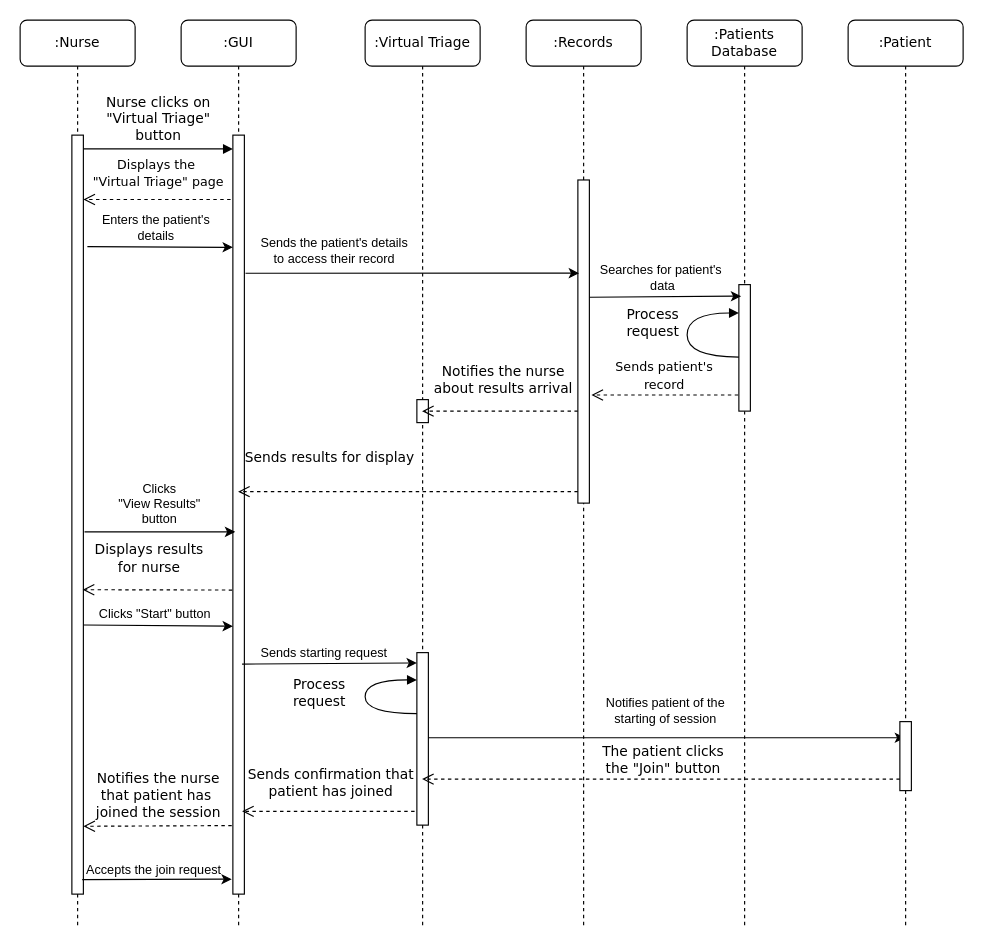
SENG-350-2024-fall/Team-6 keeps this draw.io diagram as Project Milestone 2/Sequence_4.drawio. Above is the earlier version. Source tidied: cells renumbered, new cells numbered last; positions are measured from the earlier drawing's top-left corner, leaving out a move shared by most shapes. Both pictures are drawn from the tidied source at 115%, with x=0, y=0 at pixel (20, 20).
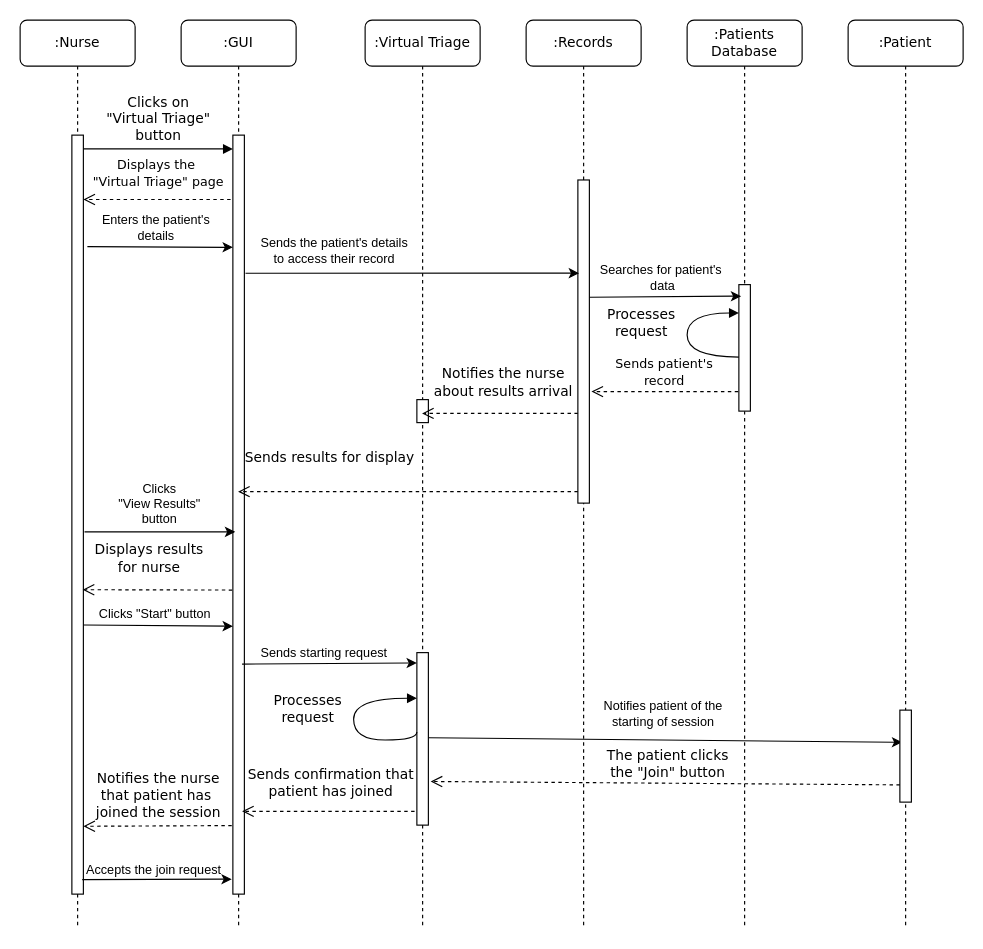
The same page after the edit.

The change refers to these unchanged cells:
```xml
<mxCell id="4" value=":Virtual Triage" style="shape=umlLifeline;perimeter=lifelinePerimeter;whiteSpace=wrap;html=1;outlineConnect=0;rounded=1;shadow=0;comic=0;labelBackgroundColor=none;strokeWidth=1;fontFamily=Verdana;fontSize=12;align=center;" parent="1" vertex="1">
  <mxGeometry x="300" width="100" height="790" as="geometry" />
</mxCell>
<mxCell id="7" style="html=1;points=[];perimeter=orthogonalPerimeter;rounded=0;shadow=0;comic=0;labelBackgroundColor=none;strokeWidth=1;fontFamily=Verdana;fontSize=12;align=center;" parent="4" vertex="1">
  <mxGeometry x="45" y="550" width="10" height="150" as="geometry" />
</mxCell>
<mxCell id="10" value=":Patients Database" style="shape=umlLifeline;perimeter=lifelinePerimeter;whiteSpace=wrap;html=1;rounded=1;shadow=0;comic=0;labelBackgroundColor=none;strokeWidth=1;fontFamily=Verdana;fontSize=12;align=center;" parent="1" vertex="1">
  <mxGeometry x="580" width="100" height="790" as="geometry" />
</mxCell>
<mxCell id="11" style="html=1;points=[];perimeter=orthogonalPerimeter;rounded=0;shadow=0;comic=0;labelBackgroundColor=none;strokeWidth=1;fontFamily=Verdana;fontSize=12;align=center;" parent="10" vertex="1">
  <mxGeometry x="45" y="230" width="10" height="110" as="geometry" />
</mxCell>
<mxCell id="36" value=":Patient" style="shape=umlLifeline;perimeter=lifelinePerimeter;whiteSpace=wrap;html=1;outlineConnect=0;rounded=1;shadow=0;comic=0;labelBackgroundColor=none;strokeWidth=1;fontFamily=Verdana;fontSize=12;align=center;" parent="1" vertex="1">
  <mxGeometry x="720" width="100" height="790" as="geometry" />
</mxCell>
```

What changed in the source:
```diff
@@
-    <mxCell id="6" value="Notifies the nurse &lt;br&gt;about results arrival" style="html=1;verticalAlign=bottom;endArrow=open;dashed=1;endSize=8;labelBackgroundColor=none;fontFamily=Verdana;fontSize=12;exitX=-0.057;exitY=0.927;exitDx=0;exitDy=0;exitPerimeter=0;" parent="4" edge="1" target="4">
+    <mxCell id="6" value="Notifies the nurse &lt;br&gt;about results arrival" style="html=1;verticalAlign=bottom;endArrow=open;dashed=1;endSize=8;labelBackgroundColor=none;fontFamily=Verdana;fontSize=12;exitX=-0.057;exitY=0.927;exitDx=0;exitDy=0;exitPerimeter=0;" parent="4" edge="1">
       <mxGeometry x="-0.04" y="-10" relative="1" as="geometry">
-        <mxPoint x="185" y="340" as="sourcePoint" />
+        <mxPoint x="185" y="342" as="sourcePoint" />
+        <mxPoint x="49.5" y="342" as="targetPoint" />
       </mxGeometry>
     </mxCell>
@@
+    <mxCell id="33" value="Processes&lt;br&gt;request" style="html=1;verticalAlign=bottom;endArrow=block;labelBackgroundColor=none;fontFamily=Verdana;fontSize=12;elbow=vertical;edgeStyle=orthogonalEdgeStyle;curved=1;entryX=1;entryY=0.286;entryPerimeter=0;exitX=0;exitY=0.567;exitDx=0;exitDy=0;exitPerimeter=0;" parent="4" edge="1">
+      <mxGeometry x="-0.06" y="40" relative="1" as="geometry">
+        <mxPoint x="45" y="619" as="sourcePoint" />
+        <mxPoint x="45" y="589.7" as="targetPoint" />
+        <Array as="points">
+          <mxPoint x="45" y="626" />
+          <mxPoint x="-10" y="626" />
+          <mxPoint x="-10" y="590" />
+        </Array>
+      </mxGeometry>
+    </mxCell>
@@
-    <mxCell id="12" value="Process &lt;br&gt;request" style="html=1;verticalAlign=bottom;endArrow=block;labelBackgroundColor=none;fontFamily=Verdana;fontSize=12;elbow=vertical;edgeStyle=orthogonalEdgeStyle;curved=1;entryX=1;entryY=0.286;entryPerimeter=0;" parent="10" edge="1" source="11">
-      <mxGeometry x="-0.09" y="30" relative="1" as="geometry">
+    <mxCell id="12" value="Processes&lt;br&gt;request" style="html=1;verticalAlign=bottom;endArrow=block;labelBackgroundColor=none;fontFamily=Verdana;fontSize=12;elbow=vertical;edgeStyle=orthogonalEdgeStyle;curved=1;entryX=1;entryY=0.286;entryPerimeter=0;" parent="10" edge="1" source="11">
+      <mxGeometry x="-0.1" y="40" relative="1" as="geometry">
         <mxPoint x="45" y="254.7" as="targetPoint" />
         <Array as="points">
           <mxPoint y="293" />
           <mxPoint y="255" />
         </Array>
       </mxGeometry>
     </mxCell>
@@
-    <mxCell id="17" value="Nurse clicks on &lt;br&gt;&quot;Virtual Triage&quot;&lt;br&gt;button" style="html=1;verticalAlign=bottom;endArrow=block;entryX=0;entryY=0;labelBackgroundColor=none;fontFamily=Verdana;fontSize=12;edgeStyle=elbowEdgeStyle;elbow=vertical;" parent="1" edge="1">
+    <mxCell id="17" value="Clicks on &lt;br&gt;&quot;Virtual Triage&quot;&lt;br&gt;button" style="html=1;verticalAlign=bottom;endArrow=block;entryX=0;entryY=0;labelBackgroundColor=none;fontFamily=Verdana;fontSize=12;edgeStyle=elbowEdgeStyle;elbow=vertical;" parent="1" edge="1">
       <mxGeometry y="2" relative="1" as="geometry">
         <mxPoint x="55" y="112" as="sourcePoint" />
         <mxPoint x="185" y="112" as="targetPoint" />
       </mxGeometry>
     </mxCell>
@@
     <mxCell id="25" value="&lt;font style=&quot;font-size: 11px;&quot;&gt;Sends patient's&lt;br&gt;record&lt;/font&gt;" style="html=1;verticalAlign=bottom;endArrow=open;dashed=1;endSize=8;labelBackgroundColor=none;fontFamily=Verdana;fontSize=12;entryX=1.181;entryY=0.95;entryDx=0;entryDy=0;entryPerimeter=0;exitX=-0.057;exitY=0.927;exitDx=0;exitDy=0;exitPerimeter=0;" parent="1" edge="1">
       <mxGeometry relative="1" as="geometry">
-        <mxPoint x="624.4" y="326" as="sourcePoint" />
-        <mxPoint x="496.8" y="326" as="targetPoint" />
+        <mxPoint x="624.4" y="323" as="sourcePoint" />
+        <mxPoint x="496.8" y="323" as="targetPoint" />
       </mxGeometry>
     </mxCell>
@@
-    <mxCell id="33" value="Process &lt;br&gt;request" style="html=1;verticalAlign=bottom;endArrow=block;labelBackgroundColor=none;fontFamily=Verdana;fontSize=12;elbow=vertical;edgeStyle=orthogonalEdgeStyle;curved=1;entryX=1;entryY=0.286;entryPerimeter=0;exitX=0;exitY=0.567;exitDx=0;exitDy=0;exitPerimeter=0;" parent="1" edge="1">
-      <mxGeometry x="-0.23" y="40" relative="1" as="geometry">
-        <mxPoint x="345" y="603" as="sourcePoint" />
-        <mxPoint x="345" y="573.7" as="targetPoint" />
-        <Array as="points">
-          <mxPoint x="300" y="603" />
-          <mxPoint x="300" y="574" />
-        </Array>
-      </mxGeometry>
-    </mxCell>
-    <mxCell id="34" style="endArrow=classic;html=1;rounded=0;" parent="1" edge="1" target="36">
+    <mxCell id="34" style="endArrow=classic;html=1;rounded=0;entryX=0.2;entryY=0.35;entryDx=0;entryDy=0;entryPerimeter=0;" parent="1" edge="1" target="37">
       <mxGeometry relative="1" as="geometry">
         <mxPoint x="355" y="624" as="sourcePoint" />
       </mxGeometry>
     </mxCell>
@@
     <mxCell id="37" style="rounded=0;whiteSpace=wrap;html=1;" parent="36" vertex="1">
-      <mxGeometry x="45" y="610" width="10" height="60" as="geometry" />
+      <mxGeometry x="45" y="600" width="10" height="80" as="geometry" />
     </mxCell>
-    <mxCell id="38" value="The patient clicks &lt;br&gt;the &quot;Join&quot; button" style="html=1;verticalAlign=bottom;endArrow=open;dashed=1;endSize=8;labelBackgroundColor=none;fontFamily=Verdana;fontSize=12;exitX=-0.057;exitY=0.927;exitDx=0;exitDy=0;exitPerimeter=0;" parent="1" edge="1" target="4">
+    <mxCell id="38" value="The patient clicks &lt;br&gt;the &quot;Join&quot; button" style="html=1;verticalAlign=bottom;endArrow=open;dashed=1;endSize=8;labelBackgroundColor=none;fontFamily=Verdana;fontSize=12;exitX=-0.057;exitY=0.927;exitDx=0;exitDy=0;exitPerimeter=0;entryX=1.2;entryY=0.747;entryDx=0;entryDy=0;entryPerimeter=0;" parent="1" edge="1" target="7">
       <mxGeometry x="-0.01" relative="1" as="geometry">
-        <mxPoint x="765" y="660" as="sourcePoint" />
+        <mxPoint x="765" y="665" as="sourcePoint" />
       </mxGeometry>
     </mxCell>
```
